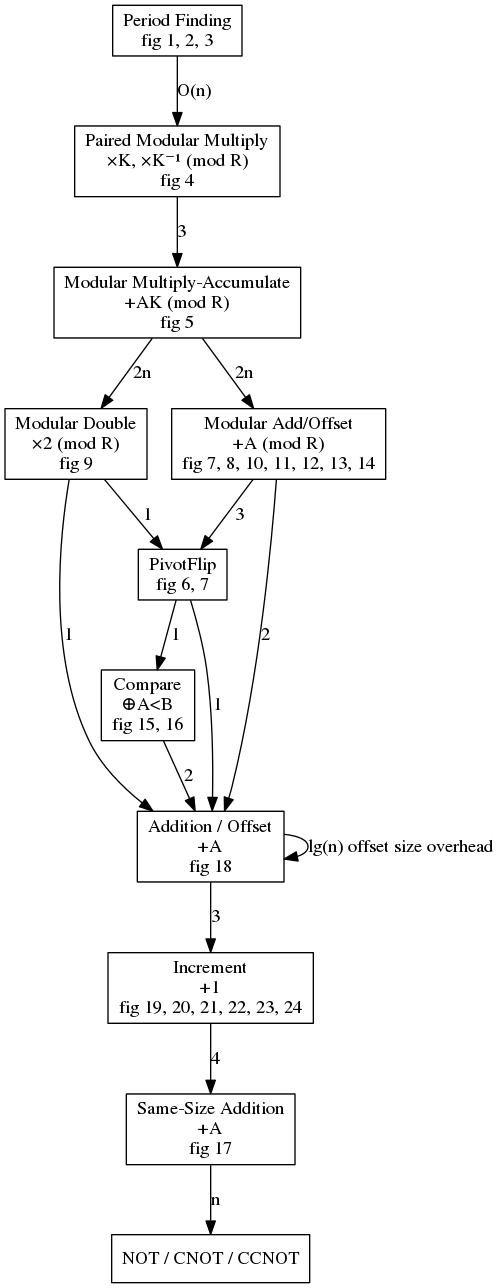
The Graphviz diagram assets/dependencies.png in Strilanc/PaperImpl-2017-DirtyPeriodFinding, before a commit. Its source is kept beside it as assets/dependencies.gv.
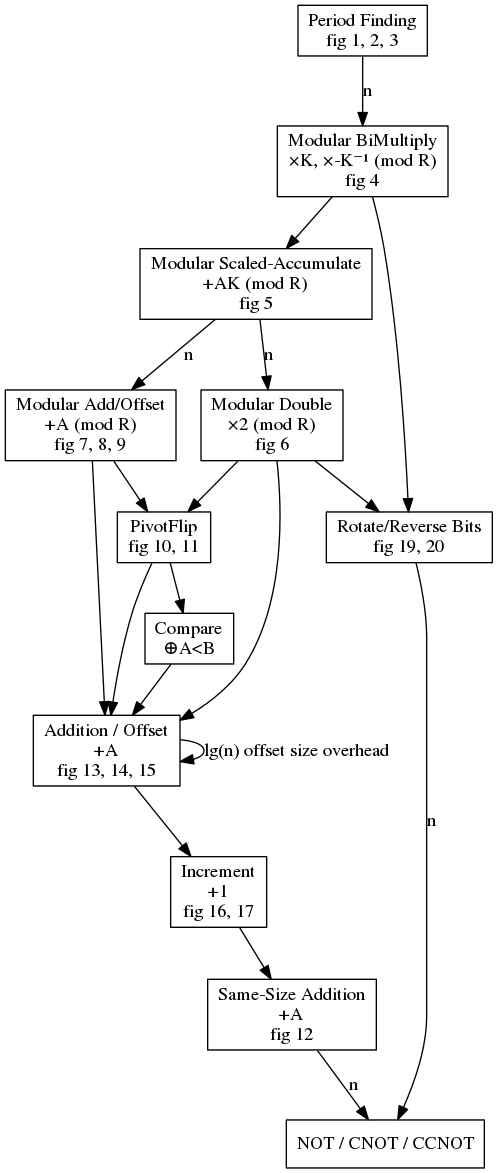
The same file after the commit.

The edit, as a diff of the source:
```diff
@@ -2,48 +2,50 @@
   node [shape=box]
 
   PeriodFinding [label="Period Finding\nfig 1, 2, 3"]
-  ModularPairedMultiply [label="Paired Modular Multiply\n×K, ×K⁻¹ (mod R)\nfig 4"]
-  ModularMultiplyAccumulate [label="Modular Multiply-Accumulate\n+AK (mod R)\nfig 5"]
-  PivotFlip [label="PivotFlip\nfig 6, 7"]
-  ModularDouble [label="Modular Double\n×2 (mod R)\nfig 9"]
-  ModularAdd [label="Modular Add/Offset\n+A (mod R)\nfig 7, 8, 10, 11, 12, 13, 14"]
-  Compare [label="Compare\n⊕A<B\nfig 15, 16"]
-  Add [label="Addition / Offset\n+A\nfig 18"]
-  Increment [label="Increment\n+1\nfig 19, 20, 21, 22, 23, 24"]
-  SameSizeAdd [label="Same-Size Addition\n+A\nfig 17"]
+  ModularPairedMultiply [label="Modular BiMultiply\n×K, ×-K⁻¹ (mod R)\nfig 4"]
+  ModularMultiplyAccumulate [label="Modular Scaled-Accumulate\n+AK (mod R)\nfig 5"]
+  ModularDouble [label="Modular Double\n×2 (mod R)\nfig 6"]
+  ModularAdd [label="Modular Add/Offset\n+A (mod R)\nfig 7, 8, 9"]
+  PivotFlip [label="PivotFlip\nfig 10, 11"]
+  Compare [label="Compare\n⊕A<B"]
+  Add [label="Addition / Offset\n+A\nfig 13, 14, 15"]
+  Increment [label="Increment\n+1\nfig 16, 17"]
+  SameSizeAdd [label="Same-Size Addition\n+A\nfig 12"]
+  PermuteBits [label="Rotate/Reverse Bits\nfig 19, 20"]
   Leaf [label="NOT / CNOT / CCNOT"]
 
-  edge [label="O(n)"]
+  edge [label="n"]
   PeriodFinding -> ModularPairedMultiply
 
-  edge [label="3"]
-  ModularPairedMultiply -> ModularMultiplyAccumulate
+  edge [label=""]
+  ModularPairedMultiply -> ModularMultiplyAccumulate, PermuteBits
 
-  edge [label="2n"]
+  edge [label="n"]
   ModularMultiplyAccumulate -> ModularDouble, ModularAdd
 
-  edge [label="1"]
-  ModularDouble -> PivotFlip, Add
+  edge [label=""]
+  ModularDouble -> PivotFlip, Add, PermuteBits
 
-  edge [label="2"]
-  ModularAdd -> Add
-  edge [label="3"]
-  ModularAdd -> PivotFlip
+  edge [label=""]
+  ModularAdd -> Add, PivotFlip
 
-  edge [label="1"]
+  edge [label=""]
   PivotFlip -> Compare, Add
 
-  edge [label="2"]
+  edge [label=""]
   Compare -> Add
 
-  edge [label="3"]
+  edge [label=""]
   Add -> Increment
   edge [label="lg(n) offset size overhead"]
   Add -> Add
 
-  edge [label="4"]
+  edge [label=""]
   Increment -> SameSizeAdd
 
   edge [label="n"]
   SameSizeAdd -> Leaf
+
+  edge [label="n"]
+  PermuteBits -> Leaf
 }
```
